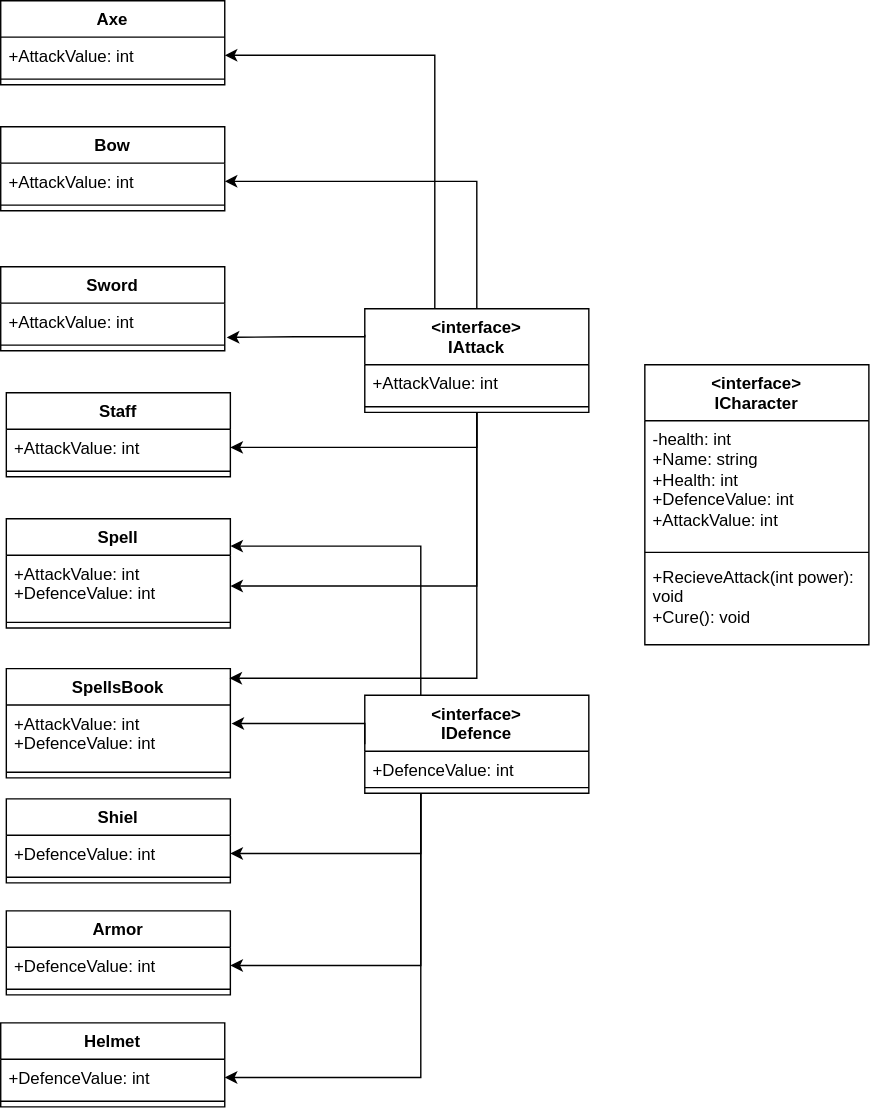
This is src/Library/Diagrama UML/Diagrama UML.svg from Durluc1324/Roleplay-parte2, a draw.io export, as it was before one commit. Source tidied: cells renumbered, new cells last; positions are measured from the earlier drawing's top-left corner, leaving out a move shared by most shapes.
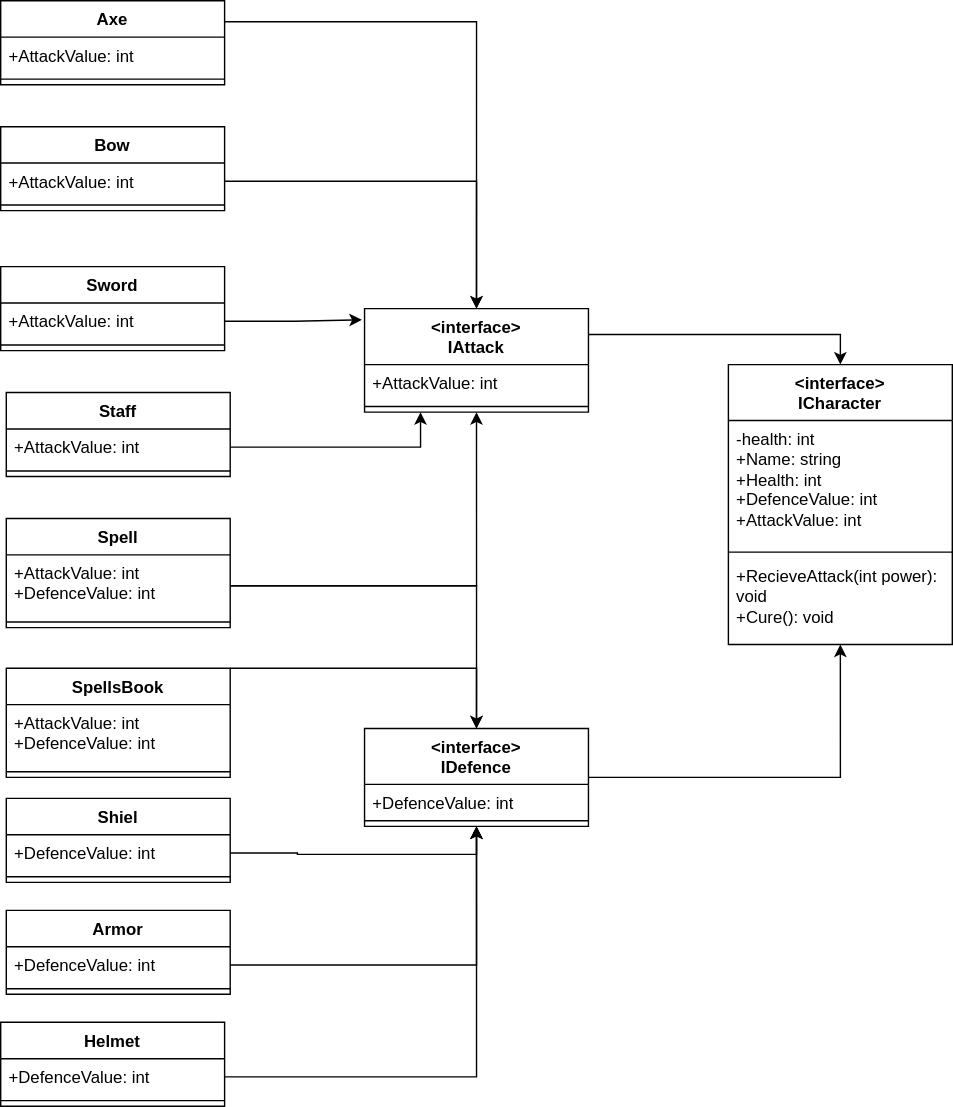
The same diagram one commit later.

Change to the diagram source:
```diff
@@ -2,22 +2,9 @@
   <root>
     <mxCell id="0" />
     <mxCell id="1" parent="0" />
-    <mxCell id="2" style="edgeStyle=orthogonalEdgeStyle;rounded=0;jettySize=auto;html=1;exitX=0.5;exitY=0;exitDx=0;exitDy=0;entryX=1;entryY=0.5;entryDx=0;entryDy=0;" parent="1" edge="1" source="6" target="21">
-      <mxGeometry relative="1" as="geometry">
-        <Array as="points">
-          <mxPoint x="310" y="39" />
-        </Array>
-      </mxGeometry>
-    </mxCell>
-    <mxCell id="3" style="edgeStyle=orthogonalEdgeStyle;rounded=0;jettySize=auto;html=1;exitX=0.5;exitY=0;exitDx=0;exitDy=0;entryX=1;entryY=0.5;entryDx=0;entryDy=0;" parent="1" edge="1" source="6" target="24">
-      <mxGeometry relative="1" as="geometry" />
-    </mxCell>
-    <mxCell id="4" style="edgeStyle=orthogonalEdgeStyle;rounded=0;jettySize=auto;html=1;exitX=0.5;exitY=1;exitDx=0;exitDy=0;entryX=1;entryY=0.5;entryDx=0;entryDy=0;" parent="1" edge="1" source="6" target="36">
-      <mxGeometry relative="1" as="geometry" />
-    </mxCell>
-    <mxCell id="5" style="edgeStyle=orthogonalEdgeStyle;rounded=0;jettySize=auto;html=1;exitX=0.5;exitY=1;exitDx=0;exitDy=0;entryX=1;entryY=0.5;entryDx=0;entryDy=0;" parent="1" edge="1" source="6" target="30">
-      <mxGeometry relative="1" as="geometry" />
-    </mxCell>
+    <mxCell id="50" style="edgeStyle=orthogonalEdgeStyle;rounded=0;jettySize=auto;html=1;exitX=1;exitY=0.25;exitDx=0;exitDy=0;entryX=0.5;entryY=0;entryDx=0;entryDy=0;" parent="1" edge="1" source="6" target="16">
+      <mxGeometry relative="1" as="geometry" />
+    </mxCell>
     <mxCell id="6" value="&amp;lt;interface&amp;gt;&lt;br&gt;IAttack" style="swimlane;fontStyle=1;align=center;verticalAlign=top;horizontal=1;startSize=40;whiteSpace=wrap;html=1;" parent="1" vertex="1">
       <mxGeometry x="260" y="220" width="160" height="74" as="geometry" />
     </mxCell>
@@ -27,20 +14,8 @@
     <mxCell id="8" style="line;strokeWidth=1;fillColor=none;align=left;verticalAlign=middle;spacingTop=-1;spacingLeft=3;spacingRight=3;labelPosition=right;strokeColor=inherit;" parent="6" vertex="1">
       <mxGeometry y="66" width="160" height="8" as="geometry" />
     </mxCell>
-    <mxCell id="9" style="edgeStyle=orthogonalEdgeStyle;rounded=0;jettySize=auto;html=1;exitX=0.25;exitY=0;exitDx=0;exitDy=0;entryX=1;entryY=0.25;entryDx=0;entryDy=0;" parent="1" edge="1" source="13" target="29">
-      <mxGeometry relative="1" as="geometry" />
-    </mxCell>
-    <mxCell id="10" style="edgeStyle=orthogonalEdgeStyle;rounded=0;jettySize=auto;html=1;exitX=0.25;exitY=1;exitDx=0;exitDy=0;entryX=1;entryY=0.5;entryDx=0;entryDy=0;" parent="1" edge="1" source="13" target="45">
-      <mxGeometry relative="1" as="geometry" />
-    </mxCell>
-    <mxCell id="11" style="edgeStyle=orthogonalEdgeStyle;rounded=0;jettySize=auto;html=1;exitX=0.25;exitY=1;exitDx=0;exitDy=0;entryX=1;entryY=0.5;entryDx=0;entryDy=0;" parent="1" edge="1" source="13" target="39">
-      <mxGeometry relative="1" as="geometry" />
-    </mxCell>
-    <mxCell id="12" style="edgeStyle=orthogonalEdgeStyle;rounded=0;jettySize=auto;html=1;exitX=0.25;exitY=1;exitDx=0;exitDy=0;entryX=1;entryY=0.5;entryDx=0;entryDy=0;" parent="1" edge="1" source="13" target="42">
-      <mxGeometry relative="1" as="geometry" />
-    </mxCell>
     <mxCell id="13" value="&amp;lt;interface&amp;gt;&lt;br&gt;IDefence" style="swimlane;fontStyle=1;align=center;verticalAlign=top;horizontal=1;startSize=40;whiteSpace=wrap;html=1;" parent="1" vertex="1">
-      <mxGeometry x="260" y="496" width="160" height="70" as="geometry" />
+      <mxGeometry x="260" y="520" width="160" height="70" as="geometry" />
     </mxCell>
     <mxCell id="14" value="+DefenceValue: int" style="text;strokeColor=none;fillColor=none;align=left;verticalAlign=top;spacingLeft=4;spacingRight=4;overflow=hidden;whiteSpace=wrap;html=1;" parent="13" vertex="1">
       <mxGeometry y="40" width="160" height="22" as="geometry" />
@@ -49,7 +24,7 @@
       <mxGeometry y="62" width="160" height="8" as="geometry" />
     </mxCell>
     <mxCell id="16" value="&amp;lt;interface&amp;gt;&lt;br&gt;ICharacter" style="swimlane;fontStyle=1;align=center;verticalAlign=top;horizontal=1;startSize=40;whiteSpace=wrap;html=1;" parent="1" vertex="1">
-      <mxGeometry x="460" y="260" width="160" height="200" as="geometry" />
+      <mxGeometry x="520" y="260" width="160" height="200" as="geometry" />
     </mxCell>
     <mxCell id="17" value="-health: int&lt;br&gt;+Name: string&lt;br&gt;+Health: int&lt;br&gt;+DefenceValue: int&lt;br&gt;+AttackValue: int" style="text;strokeColor=none;fillColor=none;align=left;verticalAlign=top;spacingLeft=4;spacingRight=4;overflow=hidden;whiteSpace=wrap;html=1;" parent="16" vertex="1">
       <mxGeometry y="40" width="160" height="90" as="geometry" />
@@ -60,6 +35,9 @@
     <mxCell id="19" value="+RecieveAttack(int power): void&lt;br&gt;+Cure(): void" style="text;strokeColor=none;fillColor=none;align=left;verticalAlign=top;spacingLeft=4;spacingRight=4;overflow=hidden;whiteSpace=wrap;html=1;" parent="16" vertex="1">
       <mxGeometry y="138" width="160" height="62" as="geometry" />
     </mxCell>
+    <mxCell id="51" style="edgeStyle=orthogonalEdgeStyle;rounded=0;jettySize=auto;html=1;exitX=1;exitY=0.25;exitDx=0;exitDy=0;entryX=0.5;entryY=0;entryDx=0;entryDy=0;" parent="1" edge="1" source="20" target="6">
+      <mxGeometry relative="1" as="geometry" />
+    </mxCell>
     <mxCell id="20" value="Axe" style="swimlane;fontStyle=1;align=center;verticalAlign=top;horizontal=1;startSize=26;whiteSpace=wrap;html=1;" parent="1" vertex="1">
       <mxGeometry width="160" height="60" as="geometry" />
     </mxCell>
@@ -96,6 +74,13 @@
     <mxCell id="31" style="line;strokeWidth=1;fillColor=none;align=left;verticalAlign=middle;spacingTop=-1;spacingLeft=3;spacingRight=3;labelPosition=right;strokeColor=inherit;" parent="29" vertex="1">
       <mxGeometry y="70" width="160" height="8" as="geometry" />
     </mxCell>
+    <mxCell id="52" style="edgeStyle=orthogonalEdgeStyle;rounded=0;jettySize=auto;html=1;exitX=1;exitY=0;exitDx=0;exitDy=0;entryX=0.5;entryY=0;entryDx=0;entryDy=0;" parent="1" edge="1" source="32" target="13">
+      <mxGeometry relative="1" as="geometry">
+        <Array as="points">
+          <mxPoint x="340" y="477" />
+        </Array>
+      </mxGeometry>
+    </mxCell>
     <mxCell id="32" value="SpellsBook" style="swimlane;fontStyle=1;align=center;verticalAlign=top;horizontal=1;startSize=26;whiteSpace=wrap;html=1;" parent="1" vertex="1">
       <mxGeometry x="4" y="477" width="160" height="78" as="geometry" />
     </mxCell>
@@ -141,23 +126,36 @@
     <mxCell id="46" style="line;strokeWidth=1;fillColor=none;align=left;verticalAlign=middle;spacingTop=-1;spacingLeft=3;spacingRight=3;labelPosition=right;strokeColor=inherit;" parent="44" vertex="1">
       <mxGeometry y="52" width="160" height="8" as="geometry" />
     </mxCell>
-    <mxCell id="47" style="edgeStyle=orthogonalEdgeStyle;rounded=0;jettySize=auto;html=1;exitX=0;exitY=0.25;exitDx=0;exitDy=0;entryX=1.009;entryY=0.941;entryDx=0;entryDy=0;entryPerimeter=0;" parent="1" edge="1" source="6" target="27">
-      <mxGeometry relative="1" as="geometry">
-        <Array as="points">
-          <mxPoint x="260" y="240" />
-          <mxPoint x="210" y="240" />
-        </Array>
-      </mxGeometry>
-    </mxCell>
-    <mxCell id="48" style="edgeStyle=orthogonalEdgeStyle;rounded=0;jettySize=auto;html=1;exitX=0;exitY=0.5;exitDx=0;exitDy=0;entryX=1.005;entryY=0.3;entryDx=0;entryDy=0;entryPerimeter=0;" parent="1" edge="1" source="13" target="33">
-      <mxGeometry relative="1" as="geometry">
-        <Array as="points">
-          <mxPoint x="260" y="516" />
-        </Array>
-      </mxGeometry>
-    </mxCell>
-    <mxCell id="49" style="edgeStyle=orthogonalEdgeStyle;rounded=0;jettySize=auto;html=1;exitX=0.5;exitY=1;exitDx=0;exitDy=0;entryX=0.996;entryY=0.088;entryDx=0;entryDy=0;entryPerimeter=0;" parent="1" edge="1" source="6" target="32">
-      <mxGeometry relative="1" as="geometry" />
-    </mxCell>
+    <mxCell id="53" style="edgeStyle=orthogonalEdgeStyle;rounded=0;jettySize=auto;html=1;exitX=1;exitY=0.5;exitDx=0;exitDy=0;entryX=0.5;entryY=0;entryDx=0;entryDy=0;" parent="1" edge="1" source="24" target="6">
+      <mxGeometry relative="1" as="geometry" />
+    </mxCell>
+    <mxCell id="54" style="edgeStyle=orthogonalEdgeStyle;rounded=0;jettySize=auto;html=1;exitX=1;exitY=0.5;exitDx=0;exitDy=0;entryX=-0.012;entryY=0.108;entryDx=0;entryDy=0;entryPerimeter=0;" parent="1" edge="1" source="27" target="6">
+      <mxGeometry relative="1" as="geometry" />
+    </mxCell>
+    <mxCell id="55" style="edgeStyle=orthogonalEdgeStyle;rounded=0;jettySize=auto;html=1;exitX=1;exitY=0.5;exitDx=0;exitDy=0;entryX=0.5;entryY=0;entryDx=0;entryDy=0;" parent="1" edge="1" source="30" target="13">
+      <mxGeometry relative="1" as="geometry" />
+    </mxCell>
+    <mxCell id="56" style="edgeStyle=orthogonalEdgeStyle;rounded=0;jettySize=auto;html=1;exitX=1;exitY=0.5;exitDx=0;exitDy=0;entryX=0.5;entryY=1;entryDx=0;entryDy=0;" parent="1" edge="1" source="30" target="6">
+      <mxGeometry relative="1" as="geometry" />
+    </mxCell>
+    <mxCell id="57" style="edgeStyle=orthogonalEdgeStyle;rounded=0;jettySize=auto;html=1;exitX=1;exitY=0.5;exitDx=0;exitDy=0;entryX=0.25;entryY=1;entryDx=0;entryDy=0;" parent="1" edge="1" source="36" target="6">
+      <mxGeometry relative="1" as="geometry" />
+    </mxCell>
+    <mxCell id="58" style="edgeStyle=orthogonalEdgeStyle;rounded=0;jettySize=auto;html=1;exitX=1;exitY=0.5;exitDx=0;exitDy=0;entryX=0.5;entryY=1;entryDx=0;entryDy=0;" parent="1" edge="1" source="42" target="13">
+      <mxGeometry relative="1" as="geometry" />
+    </mxCell>
+    <mxCell id="59" style="edgeStyle=orthogonalEdgeStyle;rounded=0;jettySize=auto;html=1;exitX=1;exitY=0.5;exitDx=0;exitDy=0;entryX=0.5;entryY=1;entryDx=0;entryDy=0;" parent="1" edge="1" source="39" target="13">
+      <mxGeometry relative="1" as="geometry" />
+    </mxCell>
+    <mxCell id="60" style="edgeStyle=orthogonalEdgeStyle;rounded=0;jettySize=auto;html=1;exitX=1;exitY=0.5;exitDx=0;exitDy=0;entryX=0.5;entryY=1;entryDx=0;entryDy=0;" parent="1" edge="1" source="45" target="13">
+      <mxGeometry relative="1" as="geometry" />
+    </mxCell>
+    <mxCell id="61" style="edgeStyle=orthogonalEdgeStyle;rounded=0;jettySize=auto;html=1;exitX=1;exitY=0.5;exitDx=0;exitDy=0;entryX=0.5;entryY=1;entryDx=0;entryDy=0;" parent="1" edge="1" source="13" target="16">
+      <mxGeometry relative="1" as="geometry">
+        <Array as="points">
+          <mxPoint x="600" y="555" />
+        </Array>
+      </mxGeometry>
+    </mxCell>
   </root>
 </mxGraphModel>
```
